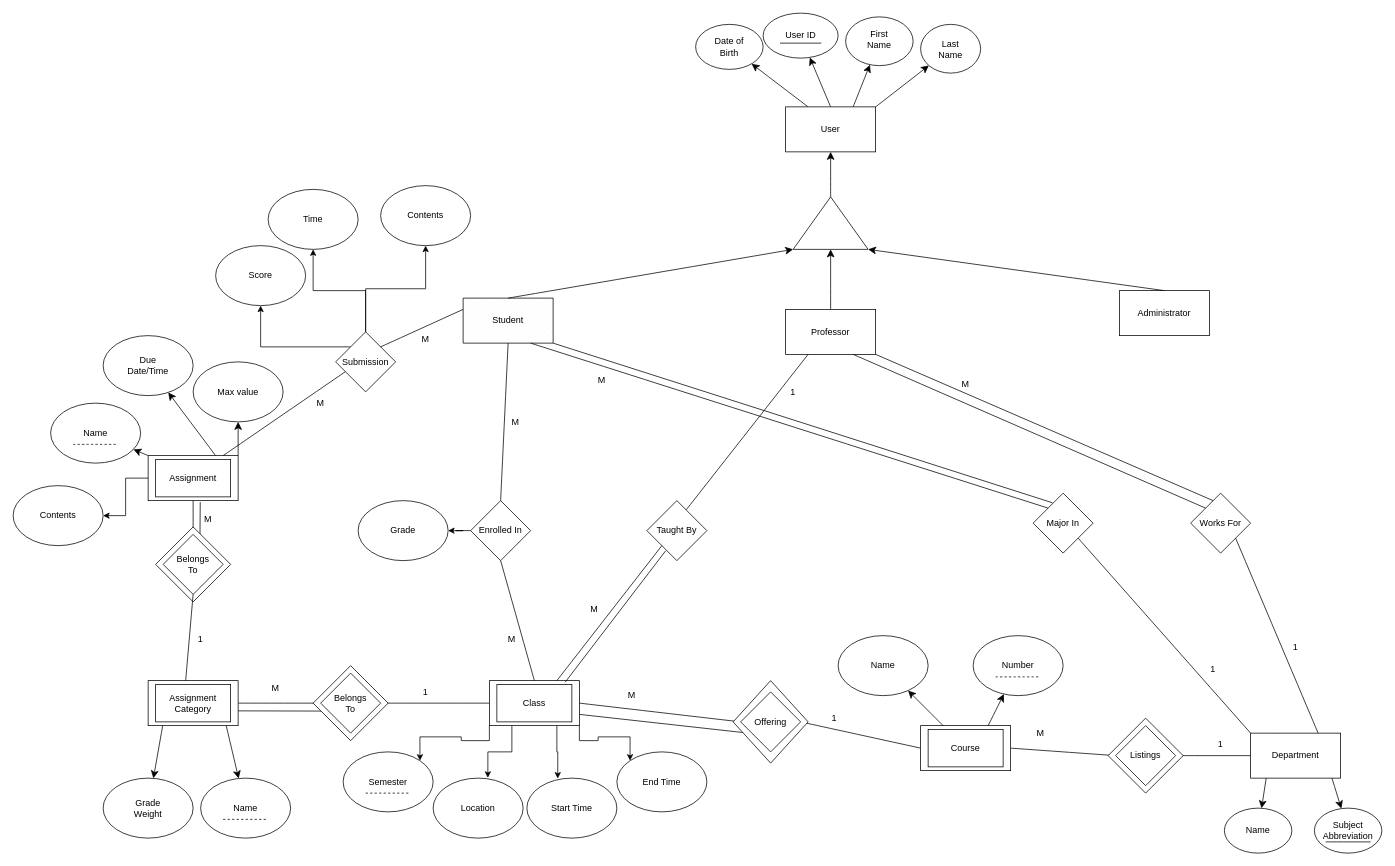
Above: ER Models/Project/Phase1ER.drawio in sepaloscodigos/vigilant-parakeet (draw.io), before the change. Source tidied: cells renumbered, new cells numbered last; positions are measured from the earlier drawing's top-left corner, leaving out a move shared by most shapes. Both pictures are drawn from the tidied source at 75%, with x=0, y=0 at pixel (13, 13).
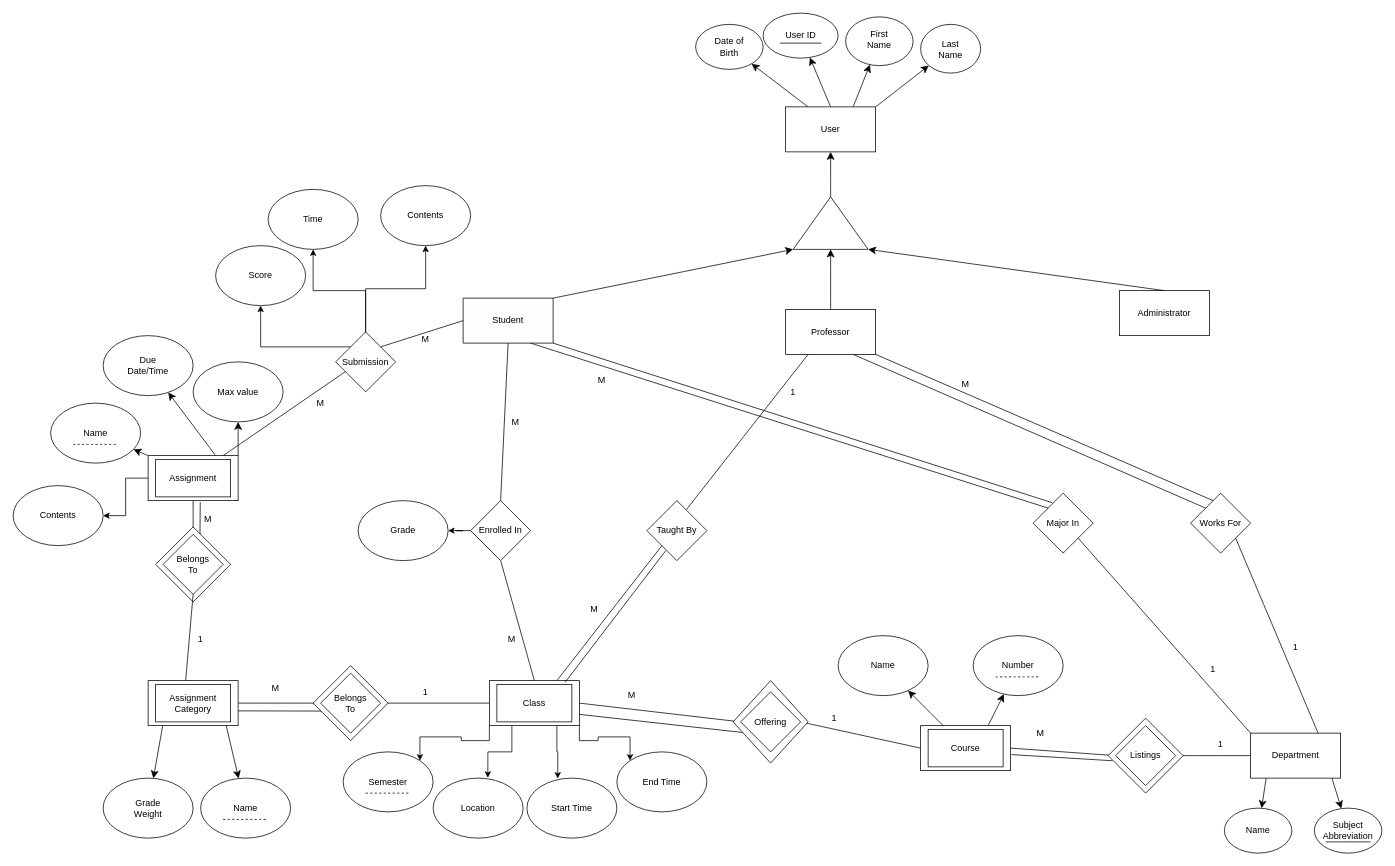
Above is the later version.

The change refers to these unchanged cells:
```xml
<mxCell id="21" style="rhombus;whiteSpace=wrap;html=1;" parent="1" vertex="1">
  <mxGeometry x="1460" y="940" width="100" height="100" as="geometry" />
</mxCell>
<mxCell id="22" style="rounded=0;whiteSpace=wrap;html=1;" parent="1" vertex="1">
  <mxGeometry x="1210" y="950" width="120" height="60" as="geometry" />
</mxCell>
<mxCell id="39" style="verticalLabelPosition=bottom;verticalAlign=top;html=1;shape=mxgraph.basic.acute_triangle;dx=0.5;" parent="1" vertex="1">
  <mxGeometry x="1040" y="245" width="100" height="70" as="geometry" />
</mxCell>
<mxCell id="40" style="verticalLabelPosition=bottom;verticalAlign=top;html=1;shape=mxgraph.basic.patternFillRect;fillStyle=diag;step=5;fillStrokeWidth=0.2;fillStrokeColor=#dddddd;" parent="1" vertex="1">
  <mxGeometry x="600" y="380" width="120" height="60" as="geometry" />
</mxCell>
<mxCell id="117" style="rhombus;whiteSpace=wrap;html=1;" parent="1" vertex="1">
  <mxGeometry x="430" y="425" width="80" height="80" as="geometry" />
</mxCell>
```

Change to the diagram source:
```diff
@@
-    <mxCell id="46" style="edgeStyle=none;curved=1;rounded=0;jettySize=auto;html=1;exitX=0.5;exitY=0;exitDx=0;exitDy=0;exitPerimeter=0;entryX=0;entryY=1;entryDx=0;entryDy=0;entryPerimeter=0;fontSize=12;startSize=8;endSize=8;" parent="1" edge="1" source="40" target="39">
+    <mxCell id="46" style="edgeStyle=none;curved=1;rounded=0;jettySize=auto;html=1;exitX=1;exitY=0;exitDx=0;exitDy=0;exitPerimeter=0;entryX=0;entryY=1;entryDx=0;entryDy=0;entryPerimeter=0;fontSize=12;startSize=8;endSize=8;" parent="1" edge="1" source="40" target="39">
       <mxGeometry relative="1" as="geometry" />
     </mxCell>
@@
-    <mxCell id="119" style="endArrow=none;html=1;rounded=0;fontSize=12;startSize=8;endSize=8;curved=1;exitX=1;exitY=0;exitDx=0;exitDy=0;entryX=0;entryY=0.25;entryDx=0;entryDy=0;entryPerimeter=0;" parent="1" edge="1" source="117" target="40">
+    <mxCell id="119" style="endArrow=none;html=1;rounded=0;fontSize=12;startSize=8;endSize=8;curved=1;exitX=1;exitY=0;exitDx=0;exitDy=0;entryX=0;entryY=0.5;entryDx=0;entryDy=0;entryPerimeter=0;" parent="1" edge="1" source="117" target="40">
       <mxGeometry relative="1" as="geometry" />
     </mxCell>
@@
+    <mxCell id="163" style="endArrow=none;html=1;rounded=0;exitX=1.01;exitY=0.644;exitDx=0;exitDy=0;exitPerimeter=0;entryX=0.056;entryY=0.568;entryDx=0;entryDy=0;entryPerimeter=0;" parent="1" edge="1" source="22" target="21">
+      <mxGeometry relative="1" as="geometry" />
+    </mxCell>
```
